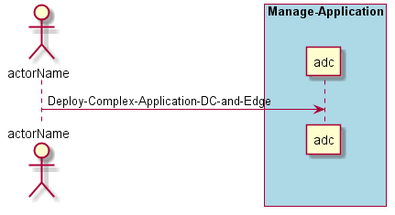
Earlier version of the PlantUML export docs/UseCases/Manage-Applications/Deploy-Complex-Application-DC-and-Edge.png (CAADE/ADC). The source it was exported from:
```plantuml
@startuml
Actor "actorName" as A

box "Manage-Application" #lightblue
participant "adc" as S
A -> S : Deploy-Complex-Application-DC-and-Edge
end box

@enduml
```
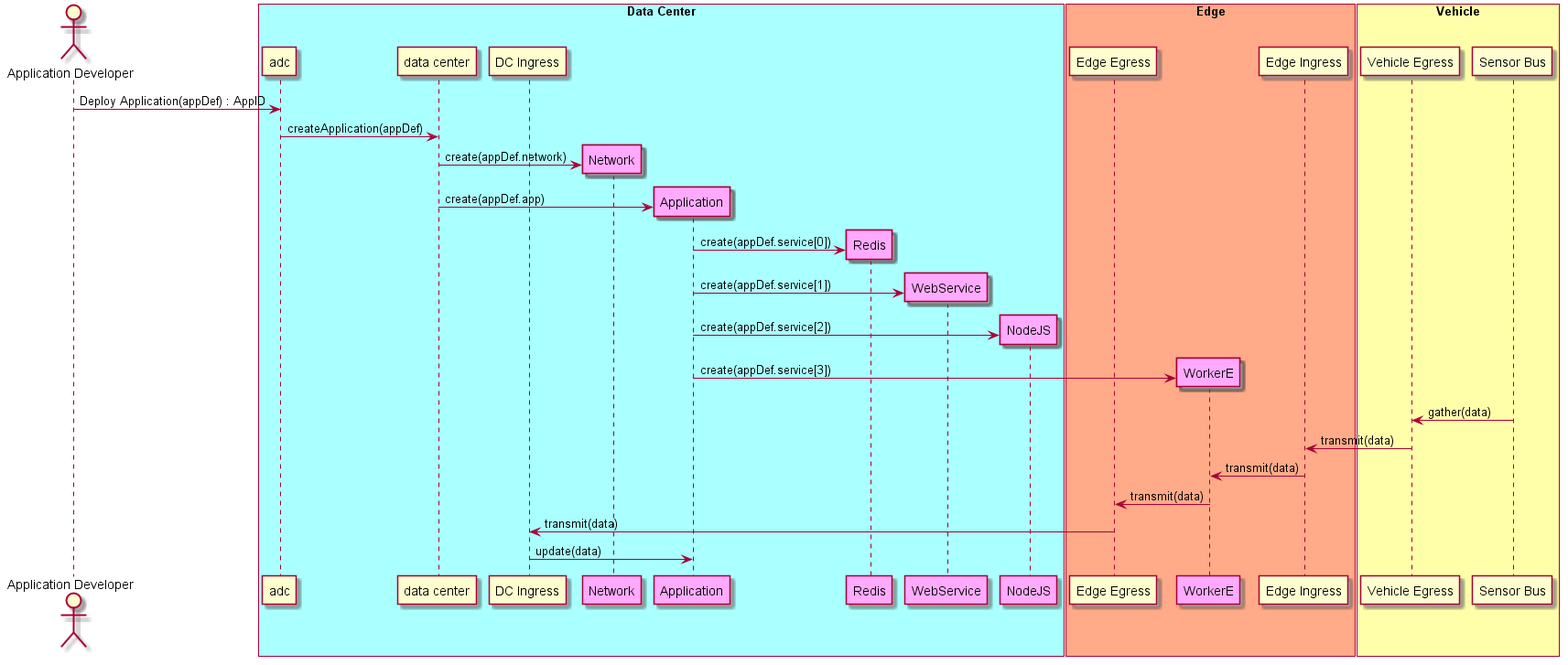
After the change.

Diff of the diagram source:
```diff
@@ -1,9 +1,39 @@
 @startuml
-Actor "actorName" as A
+Actor "Application Developer" as dev
 
-box "Manage-Application" #lightblue
-participant "adc" as S
-A -> S : Deploy-Complex-Application-DC-and-Edge
+box "Data Center" #aaffff
+    participant "adc" as S
+    participant "data center" as DC
+    participant "DC Ingress" as DCI
+    dev -> S : Deploy Application(appDef) : AppID
+    S -> DC : createApplication(appDef)
+    create "Network" as net #ffaaff
+    DC -> net : create(appDef.network)
+    create "Application" as app #ffaaff
+    DC -> app : create(appDef.app)
+    create "Redis" as redis #ffaaff
+    app -> redis : create(appDef.service[0])
+    create "WebService" as web #ffaaff
+    app -> web: create(appDef.service[1])
+    create "NodeJS" as node #ffaaff
+    app -> node: create(appDef.service[2])
 end box
+box "Edge" #ffaa88
+    participant "Edge Egress" as EE
+    create WorkerE as workere #ffaaff
+    app -> workere: create(appDef.service[3])
+    participant "Edge Ingress" as EI
+end box
+box "Vehicle" #ffffaa
+    participant "Vehicle Egress" as CE
+    participant "Sensor Bus" as CI
+end box
+CI -> CE : gather(data)
+CE -> EI : transmit(data)
+EI -> workere : transmit(data)
+workere -> EE : transmit(data)
+EE -> DCI : transmit(data)
+DCI -> app : update(data)
+
 
 @enduml
```
